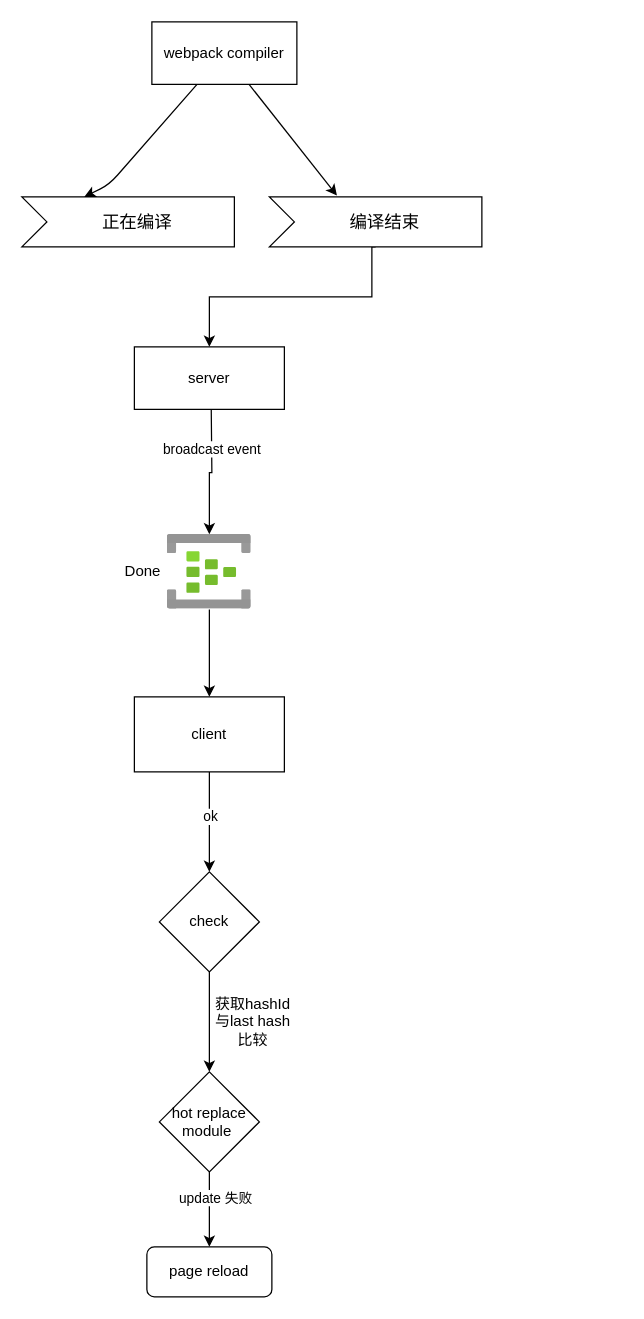
Earlier version of the draw.io diagram webpack hot.drawio (ryansecret/diagrams). Source tidied: cells renumbered, new cells numbered last; positions are measured from the earlier drawing's top-left corner, leaving out a move shared by most shapes. Both pictures are drawn from the tidied source at 125%, with x=0, y=0 at pixel (21, 21).
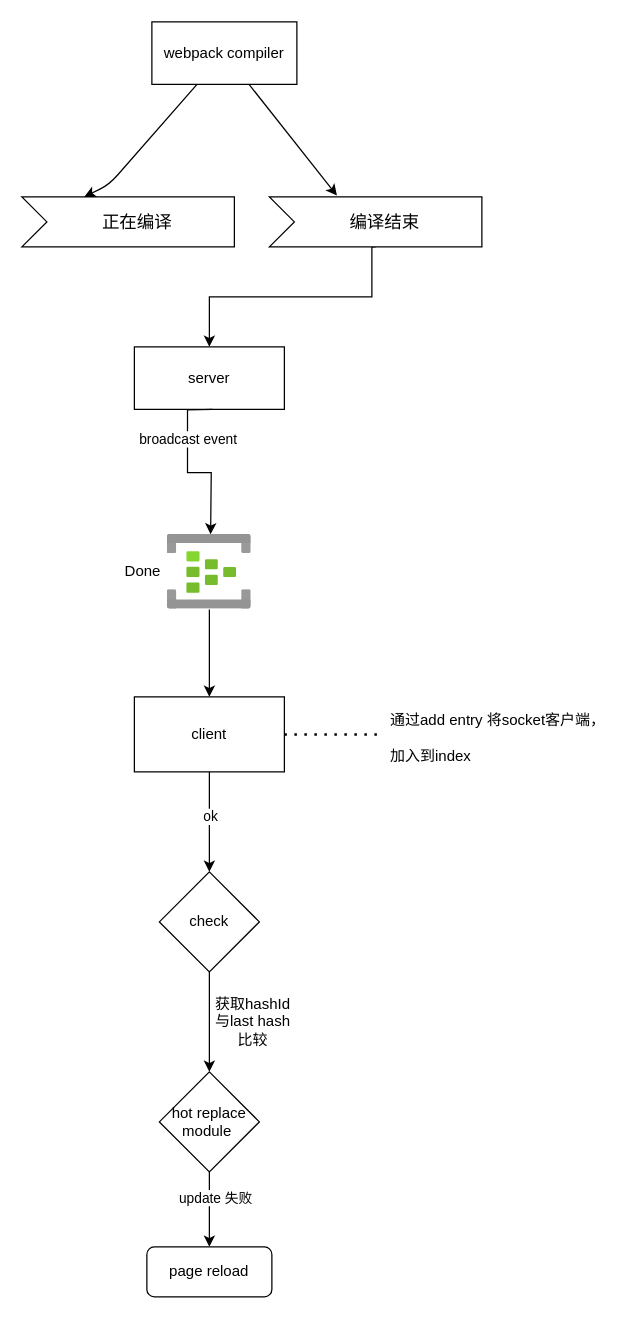
After the change.

Unchanged cells that the change refers to:
```xml
<mxCell id="3" value="client" style="rounded=0;whiteSpace=wrap;html=1;" parent="1" vertex="1">
  <mxGeometry x="90" y="540" width="120" height="60" as="geometry" />
</mxCell>
<mxCell id="11" style="html=1;points=[];align=center;image;fontSize=12;image=img/lib/azure2/analytics/Event_Hubs.svg;" parent="1" vertex="1">
  <mxGeometry x="116.5" y="410" width="67" height="60" as="geometry" />
</mxCell>
```

What changed in the source:
```diff
@@
-    <mxCell id="12" style="edgeStyle=orthogonalEdgeStyle;rounded=0;jettySize=auto;html=1;exitX=0;exitY=0;exitDx=85;exitDy=40;exitPerimeter=0;" parent="1" edge="1" target="11">
+    <mxCell id="12" style="edgeStyle=orthogonalEdgeStyle;rounded=0;orthogonalLoop=1;jettySize=auto;html=1;exitX=0;exitY=0;exitDx=85;exitDy=40;exitPerimeter=0;" parent="1" edge="1">
       <mxGeometry relative="1" as="geometry">
-        <mxPoint x="151.5" y="310" as="sourcePoint" />
+        <mxPoint x="152.5" y="310" as="sourcePoint" />
+        <mxPoint x="151" y="410" as="targetPoint" />
       </mxGeometry>
     </mxCell>
@@
+    <mxCell id="24" value="&lt;h1&gt;&lt;span style=&quot;font-size: 12px ; font-weight: 400 ; text-align: center&quot;&gt;通过add entry 将socket客户端，加入到index&lt;/span&gt;&lt;br&gt;&lt;/h1&gt;" style="text;html=1;strokeColor=none;fillColor=none;spacing=5;spacingTop=-20;whiteSpace=wrap;overflow=hidden;rounded=0;" parent="1" vertex="1">
+      <mxGeometry x="290" y="535" width="190" height="70" as="geometry" />
+    </mxCell>
+    <mxCell id="25" style="endArrow=none;dashed=1;html=1;dashPattern=1 3;strokeWidth=2;exitX=1;exitY=0.5;exitDx=0;exitDy=0;" parent="1" edge="1" source="3" target="24">
+      <mxGeometry relative="1" as="geometry">
+        <Array as="points">
+          <mxPoint x="240" y="570" />
+        </Array>
+      </mxGeometry>
+    </mxCell>
```
